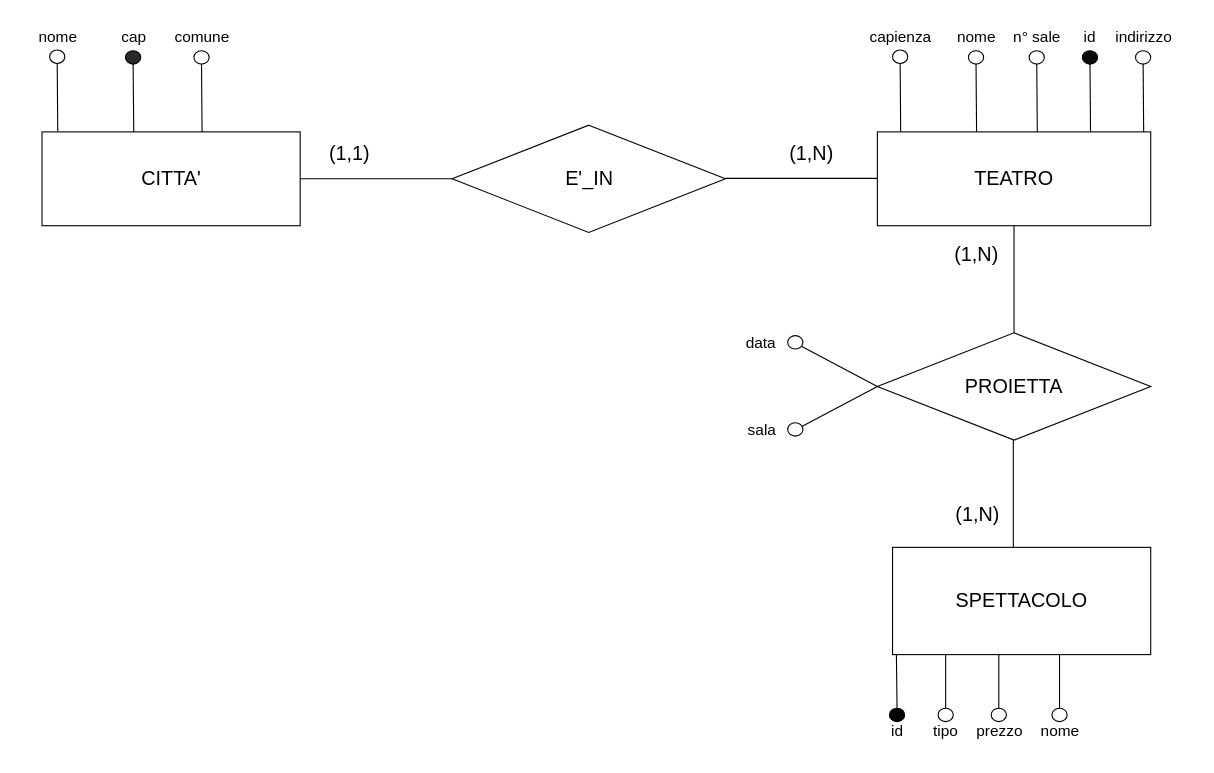
Before: lezioni/database/materiale/esercizi/esercizi_database/esercizio1/soluzione_modello_concettuale.drawio in LeleCazza/LeleCazza.github.io, a draw.io diagram. Source tidied: cells renumbered, new cells numbered last; positions are measured from the earlier drawing's top-left corner, leaving out a move shared by most shapes. Both pictures are drawn from the tidied source at 110%, with x=0, y=0 at pixel (19, 19).
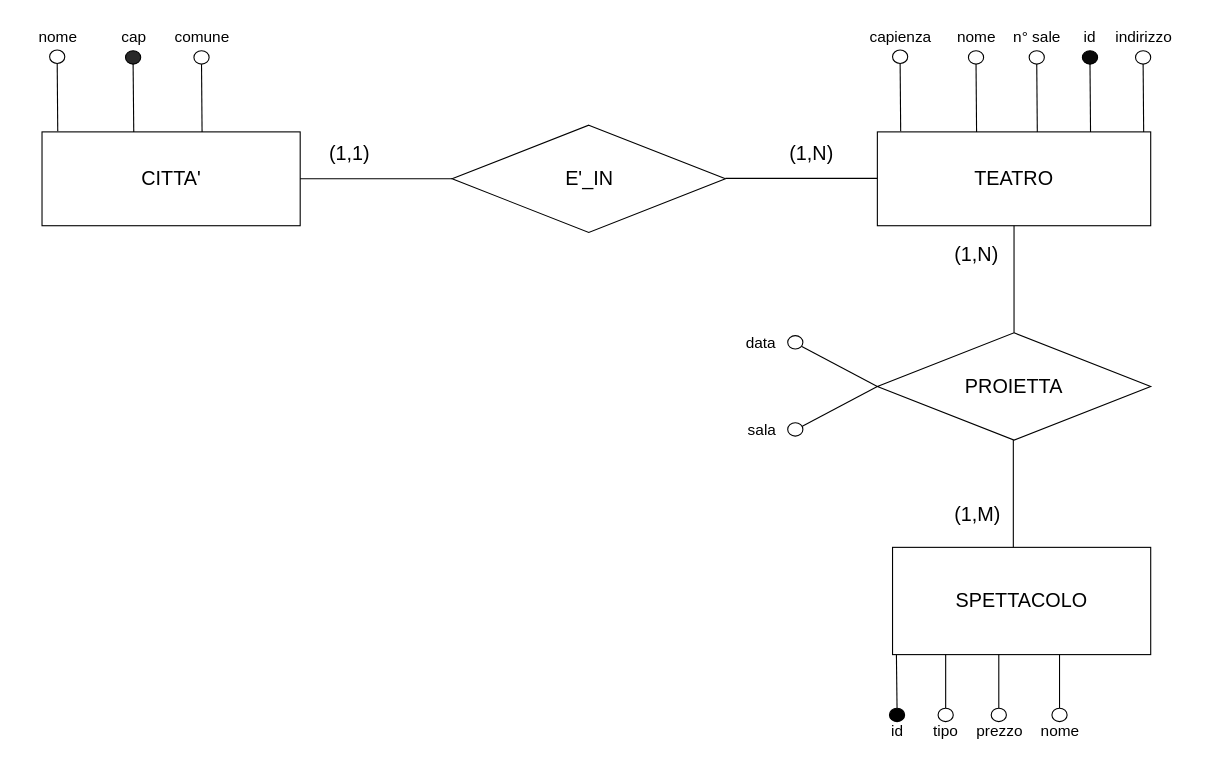
The same page after the edit.

Unchanged cells that the change refers to:
```xml
<mxCell id="2" style="group;" parent="1" vertex="1">
  <mxGeometry width="1070" height="669" as="geometry" />
</mxCell>
```

Change to the diagram source:
```diff
@@
-    <mxCell id="57" value="&lt;font style=&quot;font-size: 18px;&quot;&gt;(1,N)&lt;/font&gt;" style="text;html=1;align=center;verticalAlign=middle;strokeColor=none;fillColor=none;" parent="2" vertex="1">
-      <mxGeometry x="840.8" y="431" width="60" height="40" as="geometry" />
+    <mxCell id="57" value="&lt;font style=&quot;font-size: 18px;&quot;&gt;(1,M)&lt;/font&gt;" style="text;html=1;align=center;verticalAlign=middle;strokeColor=none;fillColor=none;" parent="2" vertex="1">
+      <mxGeometry x="835.8" y="431" width="70" height="40" as="geometry" />
     </mxCell>
```
